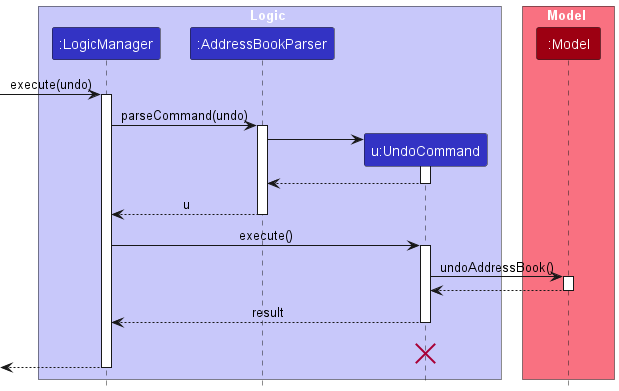
The PlantUML diagram images/UndoSequenceDiagram-Logic.png in AY2627S1-CS2103T-W12-4/tp, before a commit.
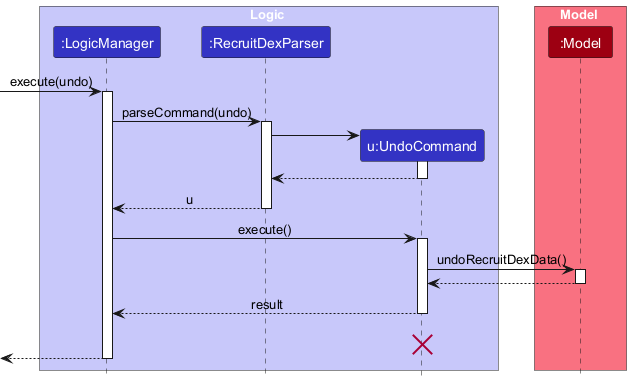
Later version of the same file.

Diff of the diagram source:
```diff
@@ -4,7 +4,7 @@
 
 box Logic LOGIC_COLOR_T1
 participant ":LogicManager" as LogicManager LOGIC_COLOR
-participant ":AddressBookParser" as AddressBookParser LOGIC_COLOR
+participant ":RecruitDexParser" as RecruitDexParser LOGIC_COLOR
 participant "u:UndoCommand" as UndoCommand LOGIC_COLOR
 end box
 
@@ -14,23 +14,23 @@
 [-> LogicManager : execute(undo)
 activate LogicManager
 
-LogicManager -> AddressBookParser : parseCommand(undo)
-activate AddressBookParser
+LogicManager -> RecruitDexParser : parseCommand(undo)
+activate RecruitDexParser
 
 create UndoCommand
-AddressBookParser -> UndoCommand
+RecruitDexParser -> UndoCommand
 activate UndoCommand
 
-UndoCommand --> AddressBookParser
+UndoCommand --> RecruitDexParser
 deactivate UndoCommand
 
-AddressBookParser --> LogicManager : u
-deactivate AddressBookParser
+RecruitDexParser --> LogicManager : u
+deactivate RecruitDexParser
 
 LogicManager -> UndoCommand : execute()
 activate UndoCommand
 
-UndoCommand -> Model : undoAddressBook()
+UndoCommand -> Model : undoRecruitDexData()
 activate Model
 
 Model --> UndoCommand
```
